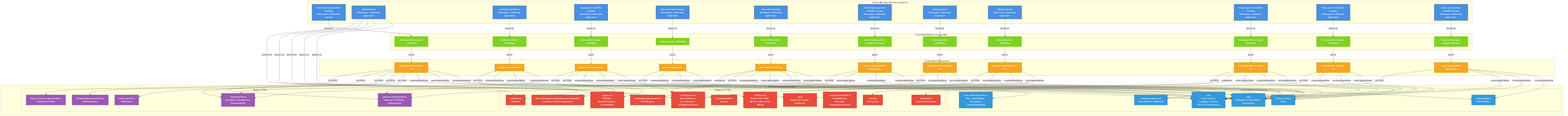
The Mermaid diagram architecture/rhoai-3.0/diagrams/platform-rbac.png in rhuss/architecture-context, before a commit. Its source is kept beside it as architecture/rhoai-3.0/diagrams/platform-rbac.mmd.
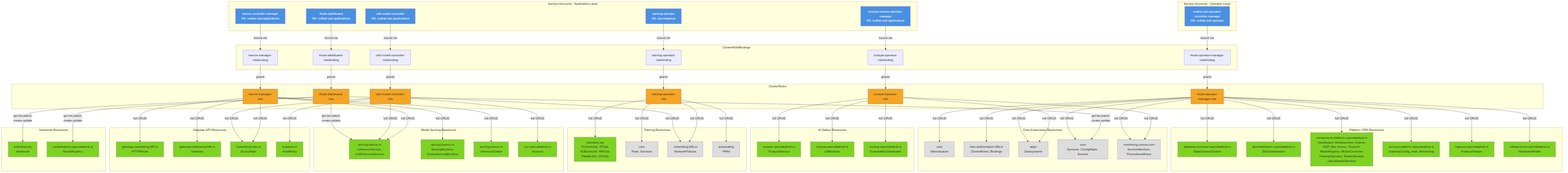
The same diagram one commit later.

What changed in the source:
```diff
@@ -1,182 +1,178 @@
-graph TB
-    subgraph "Service Accounts (Platform Operators)"
-        SA_RHODS[rhods-operator-controller-manager<br/>Namespace: redhat-ods-operator]
-        SA_Dashboard[odh-dashboard<br/>Namespace: redhat-ods-applications]
-        SA_Notebook[notebook-controller-sa<br/>Namespace: redhat-ods-applications]
-        SA_DSP[dsp-operator-controller-manager<br/>Namespace: redhat-ods-applications]
-        SA_KServe[kserve-controller-manager<br/>Namespace: redhat-ods-applications]
-        SA_ModelCtrl[odh-model-controller<br/>Namespace: redhat-ods-applications]
-        SA_ModelReg[model-registry-operator-controller-manager<br/>Namespace: redhat-ods-applications]
-        SA_Training[training-operator<br/>Namespace: redhat-ods-applications]
-        SA_KubeRay[kuberay-operator<br/>Namespace: redhat-ods-applications]
-        SA_TrustyAI[trustyai-operator-controller-manager<br/>Namespace: redhat-ods-applications]
-        SA_Feast[feast-operator-controller-manager<br/>Namespace: redhat-ods-applications]
-        SA_LlamaStack[llama-stack-operator-controller-manager<br/>Namespace: redhat-ods-applications]
+
+graph TD
+    subgraph SA_Operator["Service Accounts - Operator Layer"]
+        SA_RhodsOp["redhat-ods-operator-<br/>controller-manager<br/>NS: redhat-ods-operator"]
     end
 
-    subgraph "ClusterRoleBindings (Cluster-wide)"
-        CRB_RHODS[rhods-operator-manager-rolebinding]
-        CRB_Notebook[notebook-controller-rolebinding]
-        CRB_DSP[dsp-operator-manager-rolebinding]
-        CRB_KServe[kserve-manager-rolebinding]
-        CRB_ModelCtrl[odh-model-controller-rolebinding]
-        CRB_ModelReg[model-registry-operator-manager-rolebinding]
-        CRB_Training[training-operator-rolebinding]
-        CRB_KubeRay[kuberay-operator-rolebinding]
-        CRB_TrustyAI[trustyai-operator-manager-rolebinding]
-        CRB_Feast[feast-operator-manager-rolebinding]
-        CRB_LlamaStack[llama-stack-operator-manager-rolebinding]
+    subgraph SA_App["Service Accounts - Application Layer"]
+        SA_Dashboard["rhods-dashboard<br/>NS: redhat-ods-applications"]
+        SA_ModelCtrl["odh-model-controller<br/>NS: redhat-ods-applications"]
+        SA_KServe["kserve-controller-manager<br/>NS: redhat-ods-applications"]
+        SA_TrustyAI["trustyai-service-operator-<br/>manager<br/>NS: redhat-ods-applications"]
+        SA_Training["training-operator<br/>NS: opendatahub"]
     end
 
-    subgraph "ClusterRoles (Permissions)"
-        CR_RHODS[rhods-operator-manager-role]
-        CR_Notebook[notebook-controller-role]
-        CR_DSP[dsp-operator-manager-role]
-        CR_KServe[kserve-manager-role]
-        CR_ModelCtrl[odh-model-controller-role]
-        CR_ModelReg[model-registry-operator-manager-role]
-        CR_Training[training-operator-manager-role]
-        CR_KubeRay[kuberay-operator-manager-role]
-        CR_TrustyAI[trustyai-operator-manager-role]
-        CR_Feast[feast-operator-manager-role]
-        CR_LlamaStack[llama-stack-operator-manager-role]
+    subgraph CRB["ClusterRoleBindings"]
+        CRB_RhodsOp["rhods-operator-manager-<br/>rolebinding"]
+        CRB_Dashboard["rhods-dashboard-<br/>rolebinding"]
+        CRB_ModelCtrl["odh-model-controller-<br/>rolebinding"]
+        CRB_KServe["kserve-manager-<br/>rolebinding"]
+        CRB_TrustyAI["trustyai-operator-<br/>rolebinding"]
+        CRB_Training["training-operator-<br/>rolebinding"]
     end
 
-    subgraph "API Resources (Cluster-wide)"
-        direction TB
-
-        subgraph "Platform CRDs"
-            API_DSC[datasciencecluster.opendatahub.io<br/>DataScienceCluster]
-            API_DSCInit[dscinitialization.opendatahub.io<br/>DSCInitialization]
-            API_Gateway[gateway.networking.k8s.io<br/>Gateway, HTTPRoute, GatewayClass]
-            API_OAuth[oauth.openshift.io<br/>OAuthClient]
-            API_Envoy[networking.istio.io<br/>EnvoyFilter, VirtualService, DestinationRule]
-        end
-
-        subgraph "Component CRDs"
-            API_Notebook[kubeflow.org<br/>Notebook]
-            API_DSP_CRD[datasciencepipelinesapplications.opendatahub.io<br/>DataSciencePipelinesApplication]
-            API_Argo[argoproj.io<br/>Workflow, WorkflowTemplate, CronWorkflow]
-            API_KServe[serving.kserve.io<br/>InferenceService, ServingRuntime, LLMInferenceService]
-            API_ModelReg[modelregistry.opendatahub.io<br/>ModelRegistry]
-            API_Training[kubeflow.org<br/>PyTorchJob, TFJob, MPIJob, XGBoostJob, JAXJob]
-            API_Ray[ray.io<br/>RayCluster, RayJob, RayService]
-            API_TrustyAI[trustyai.opendatahub.io<br/>TrustyAIService, LMEvalJob, GuardrailsOrchestrator]
-            API_Feast[feast.dev<br/>FeatureStore]
-            API_LlamaStack[llamastack.io<br/>LlamaStackDistribution]
-            API_NIM[nim.opendatahub.io<br/>Account]
-        end
-
-        subgraph "Core Kubernetes Resources"
-            API_Core[core<br/>Pods, Services, ConfigMaps, Secrets, PVCs, ServiceAccounts]
-            API_Apps[apps<br/>Deployments, StatefulSets, DaemonSets]
-            API_RBAC[rbac.authorization.k8s.io<br/>Roles, RoleBindings, ClusterRoles, ClusterRoleBindings]
-            API_Monitoring[monitoring.coreos.com<br/>ServiceMonitor, PodMonitor]
-            API_Route[route.openshift.io<br/>Route]
-            API_NetworkPolicy[networking.k8s.io<br/>NetworkPolicy]
-        end
+    subgraph CR["ClusterRoles"]
+        CR_RhodsOp["rhods-operator-<br/>manager-role"]
+        CR_Dashboard["rhods-dashboard-<br/>role"]
+        CR_ModelCtrl["odh-model-controller-<br/>role"]
+        CR_KServe["kserve-manager-<br/>role"]
+        CR_TrustyAI["trustyai-operator-<br/>role"]
+        CR_Training["training-operator-<br/>role"]
     end
 
-    SA_RHODS -->|bound via| CRB_RHODS
-    CRB_RHODS -->|grants| CR_RHODS
-    CR_RHODS -->|full CRUD| API_DSC
-    CR_RHODS -->|full CRUD| API_DSCInit
-    CR_RHODS -->|full CRUD| API_Gateway
-    CR_RHODS -->|full CRUD| API_OAuth
-    CR_RHODS -->|full CRUD| API_Envoy
-    CR_RHODS -->|create/update/delete| API_Core
-    CR_RHODS -->|create/update/delete| API_Apps
-    CR_RHODS -->|create/update/delete| API_RBAC
+    subgraph Resources_Platform["Platform CRD Resources"]
+        DSC["datasciencecluster.opendatahub.io<br/>DataScienceCluster"]
+        DSCI["dscinitialization.opendatahub.io<br/>DSCInitialization"]
+        CompCRDs["components.platform.opendatahub.io<br/>Dashboard, Workbenches, Kserve,<br/>DSP, Ray, Kueue, TrustyAI,<br/>ModelRegistry, ModelController,<br/>TrainingOperator, FeastOperator,<br/>LlamaStackOperator"]
+        SvcCRDs["services.platform.opendatahub.io<br/>GatewayConfig, Auth, Monitoring"]
+        FeatureTracker["features.opendatahub.io<br/>FeatureTracker"]
+        HWProfile["infrastructure.opendatahub.io<br/>HardwareProfile"]
+    end
 
-    SA_Notebook -->|bound via| CRB_Notebook
-    CRB_Notebook -->|grants| CR_Notebook
-    CR_Notebook -->|full CRUD| API_Notebook
-    CR_Notebook -->|create/update/delete| API_Apps
-    CR_Notebook -->|create/update/delete| API_Core
-    CR_Notebook -->|create/update/delete| API_Envoy
+    subgraph Resources_Serving["Model Serving Resources"]
+        ISVC["serving.kserve.io<br/>InferenceService,<br/>LLMInferenceService"]
+        SRT["serving.kserve.io<br/>ServingRuntime,<br/>ClusterServingRuntime"]
+        InfGraph["serving.kserve.io<br/>InferenceGraph"]
+        NIMAcct["nim.opendatahub.io<br/>Account"]
+    end
 
-    SA_DSP -->|bound via| CRB_DSP
-    CRB_DSP -->|grants| CR_DSP
-    CR_DSP -->|full CRUD| API_DSP_CRD
-    CR_DSP -->|full CRUD| API_Argo
-    CR_DSP -->|create/update/delete| API_Core
-    CR_DSP -->|create/update/delete| API_Apps
-    CR_DSP -->|create/update/delete| API_Route
+    subgraph Resources_Gateway["Gateway API Resources"]
+        HTTPRoute["gateway.networking.k8s.io<br/>HTTPRoute"]
+        GW["gateway.networking.k8s.io<br/>Gateway"]
+        EnvoyFilter["networking.istio.io<br/>EnvoyFilter"]
+        AuthPolicy["kuadrant.io<br/>AuthPolicy"]
+    end
 
+    subgraph Resources_Training["Training Resources"]
+        PyTorchJob["kubeflow.org<br/>PyTorchJob, TFJob,<br/>XGBoostJob, MPIJob,<br/>PaddleJob, JAXJob"]
+        TrainingPods["core<br/>Pods, Services"]
+        TrainingNet["networking.k8s.io<br/>NetworkPolicies"]
+        TrainingHPA["autoscaling<br/>HPAs"]
+    end
+
+    subgraph Resources_Trust["AI Safety Resources"]
+        TrustyAISvc["trustyai.opendatahub.io<br/>TrustyAIService"]
+        LMEvalJob["trustyai.opendatahub.io<br/>LMEvalJob"]
+        GuardrailsOrch["trustyai.opendatahub.io<br/>GuardrailsOrchestrator"]
+    end
+
+    subgraph Resources_Core["Core Kubernetes Resources"]
+        Namespaces["core<br/>Namespaces"]
+        RBAC["rbac.authorization.k8s.io<br/>ClusterRoles, Bindings"]
+        Deployments["apps<br/>Deployments"]
+        Services["core<br/>Services, ConfigMaps, Secrets"]
+        Monitoring["monitoring.coreos.com<br/>ServiceMonitors,<br/>PrometheusRules"]
+    end
+
+    subgraph Resources_Notebook["Notebook Resources"]
+        Notebooks["kubeflow.org<br/>Notebook"]
+        NotebookMR["modelregistry.opendatahub.io<br/>ModelRegistry"]
+    end
+
+    SA_RhodsOp -->|bound via| CRB_RhodsOp
+    SA_Dashboard -->|bound via| CRB_Dashboard
+    SA_ModelCtrl -->|bound via| CRB_ModelCtrl
     SA_KServe -->|bound via| CRB_KServe
+    SA_TrustyAI -->|bound via| CRB_TrustyAI
+    SA_Training -->|bound via| CRB_Training
+
+    CRB_RhodsOp -->|grants| CR_RhodsOp
+    CRB_Dashboard -->|grants| CR_Dashboard
+    CRB_ModelCtrl -->|grants| CR_ModelCtrl
     CRB_KServe -->|grants| CR_KServe
-    CR_KServe -->|full CRUD| API_KServe
-    CR_KServe -->|create/update/delete| API_Core
-    CR_KServe -->|create/update/delete| API_Apps
-    CR_KServe -->|create/update/delete| API_Envoy
+    CRB_TrustyAI -->|grants| CR_TrustyAI
+    CRB_Training -->|grants| CR_Training
 
-    SA_ModelCtrl -->|bound via| CRB_ModelCtrl
-    CRB_ModelCtrl -->|grants| CR_ModelCtrl
-    CR_ModelCtrl -->|watch/patch| API_KServe
-    CR_ModelCtrl -->|full CRUD| API_NIM
-    CR_ModelCtrl -->|create/update/delete| API_Route
-    CR_ModelCtrl -->|create/update/delete| API_Monitoring
-    CR_ModelCtrl -->|create/update/delete| API_NetworkPolicy
-    CR_ModelCtrl -->|create/update/delete| API_Gateway
+    CR_RhodsOp -->|"full CRUD"| DSC
+    CR_RhodsOp -->|"full CRUD"| DSCI
+    CR_RhodsOp -->|"full CRUD"| CompCRDs
+    CR_RhodsOp -->|"full CRUD"| SvcCRDs
+    CR_RhodsOp -->|"full CRUD"| FeatureTracker
+    CR_RhodsOp -->|"full CRUD"| HWProfile
+    CR_RhodsOp -->|"full CRUD"| Namespaces
+    CR_RhodsOp -->|"full CRUD"| RBAC
+    CR_RhodsOp -->|"full CRUD"| Deployments
+    CR_RhodsOp -->|"full CRUD"| Services
+    CR_RhodsOp -->|"full CRUD"| Monitoring
 
-    SA_ModelReg -->|bound via| CRB_ModelReg
-    CRB_ModelReg -->|grants| CR_ModelReg
-    CR_ModelReg -->|full CRUD| API_ModelReg
-    CR_ModelReg -->|create/update/delete| API_Core
-    CR_ModelReg -->|create/update/delete| API_Apps
-    CR_ModelReg -->|create/update/delete| API_Route
+    CR_Dashboard -->|"get,list,watch,<br/>create,update"| Notebooks
+    CR_Dashboard -->|"get,list,watch,<br/>create,update"| ISVC
+    CR_Dashboard -->|"get,list,watch,<br/>create,update"| NotebookMR
+    CR_Dashboard -->|"get,list,watch,<br/>create,update"| Services
 
-    SA_Training -->|bound via| CRB_Training
-    CRB_Training -->|grants| CR_Training
-    CR_Training -->|full CRUD| API_Training
-    CR_Training -->|create/update/delete| API_Core
-    CR_Training -->|create/update/delete| API_Apps
+    CR_ModelCtrl -->|"full CRUD"| ISVC
+    CR_ModelCtrl -->|"full CRUD"| NIMAcct
+    CR_ModelCtrl -->|"full CRUD"| AuthPolicy
+    CR_ModelCtrl -->|"full CRUD"| EnvoyFilter
+    CR_ModelCtrl -->|"full CRUD"| TrainingNet
 
-    SA_KubeRay -->|bound via| CRB_KubeRay
-    CRB_KubeRay -->|grants| CR_KubeRay
-    CR_KubeRay -->|full CRUD| API_Ray
-    CR_KubeRay -->|create/update/delete| API_Core
-    CR_KubeRay -->|create/update/delete| API_Apps
-    CR_KubeRay -->|create/update/delete| API_Gateway
+    CR_KServe -->|"full CRUD"| ISVC
+    CR_KServe -->|"full CRUD"| SRT
+    CR_KServe -->|"full CRUD"| InfGraph
+    CR_KServe -->|"full CRUD"| HTTPRoute
+    CR_KServe -->|"full CRUD"| GW
+    CR_KServe -->|"full CRUD"| EnvoyFilter
 
-    SA_TrustyAI -->|bound via| CRB_TrustyAI
-    CRB_TrustyAI -->|grants| CR_TrustyAI
-    CR_TrustyAI -->|full CRUD| API_TrustyAI
-    CR_TrustyAI -->|watch/patch| API_KServe
-    CR_TrustyAI -->|create/update/delete| API_Core
-    CR_TrustyAI -->|create/update/delete| API_Apps
-    CR_TrustyAI -->|create/update/delete| API_Route
+    CR_TrustyAI -->|"full CRUD"| TrustyAISvc
+    CR_TrustyAI -->|"full CRUD"| LMEvalJob
+    CR_TrustyAI -->|"full CRUD"| GuardrailsOrch
+    CR_TrustyAI -->|"full CRUD"| Deployments
+    CR_TrustyAI -->|"full CRUD"| Monitoring
 
-    SA_Feast -->|bound via| CRB_Feast
-    CRB_Feast -->|grants| CR_Feast
-    CR_Feast -->|full CRUD| API_Feast
-    CR_Feast -->|create/update/delete| API_Core
-    CR_Feast -->|create/update/delete| API_Apps
-    CR_Feast -->|create/update/delete| API_Route
+    CR_Training -->|"full CRUD"| PyTorchJob
+    CR_Training -->|"full CRUD"| TrainingPods
+    CR_Training -->|"full CRUD"| TrainingNet
+    CR_Training -->|"full CRUD"| TrainingHPA
 
-    SA_LlamaStack -->|bound via| CRB_LlamaStack
-    CRB_LlamaStack -->|grants| CR_LlamaStack
-    CR_LlamaStack -->|full CRUD| API_LlamaStack
-    CR_LlamaStack -->|create/update/delete| API_Core
-    CR_LlamaStack -->|create/update/delete| API_Apps
-    CR_LlamaStack -->|create/update/delete| API_NetworkPolicy
+    style SA_RhodsOp fill:#4a90e2,color:#fff
+    style SA_Dashboard fill:#4a90e2,color:#fff
+    style SA_ModelCtrl fill:#4a90e2,color:#fff
+    style SA_KServe fill:#4a90e2,color:#fff
+    style SA_TrustyAI fill:#4a90e2,color:#fff
+    style SA_Training fill:#4a90e2,color:#fff
 
-    SA_Dashboard -->|queries via| API_Core
-    SA_Dashboard -->|queries via| API_Notebook
-    SA_Dashboard -->|queries via| API_KServe
-    SA_Dashboard -->|queries via| API_DSP_CRD
-    SA_Dashboard -->|queries via| API_ModelReg
+    style CR_RhodsOp fill:#f5a623
+    style CR_Dashboard fill:#f5a623
+    style CR_ModelCtrl fill:#f5a623
+    style CR_KServe fill:#f5a623
+    style CR_TrustyAI fill:#f5a623
+    style CR_Training fill:#f5a623
 
-    classDef serviceAccount fill:#4a90e2,stroke:#2e5c8a,stroke-width:2px,color:#fff
-    classDef clusterRoleBinding fill:#7ed321,stroke:#6bb91c,stroke-width:2px,color:#fff
-    classDef clusterRole fill:#f5a623,stroke:#d68910,stroke-width:2px,color:#fff
-    classDef apiPlatform fill:#9b59b6,stroke:#8e44ad,stroke-width:2px,color:#fff
-    classDef apiComponent fill:#e74c3c,stroke:#c0392b,stroke-width:2px,color:#fff
-    classDef apiCore fill:#3498db,stroke:#2980b9,stroke-width:2px,color:#fff
-
-    class SA_RHODS,SA_Dashboard,SA_Notebook,SA_DSP,SA_KServe,SA_ModelCtrl,SA_ModelReg,SA_Training,SA_KubeRay,SA_TrustyAI,SA_Feast,SA_LlamaStack serviceAccount
-    class CRB_RHODS,CRB_Notebook,CRB_DSP,CRB_KServe,CRB_ModelCtrl,CRB_ModelReg,CRB_Training,CRB_KubeRay,CRB_TrustyAI,CRB_Feast,CRB_LlamaStack clusterRoleBinding
-    class CR_RHODS,CR_Notebook,CR_DSP,CR_KServe,CR_ModelCtrl,CR_ModelReg,CR_Training,CR_KubeRay,CR_TrustyAI,CR_Feast,CR_LlamaStack clusterRole
-    class API_DSC,API_DSCInit,API_Gateway,API_OAuth,API_Envoy apiPlatform
-    class API_Notebook,API_DSP_CRD,API_Argo,API_KServe,API_ModelReg,API_Training,API_Ray,API_TrustyAI,API_Feast,API_LlamaStack,API_NIM apiComponent
-    class API_Core,API_Apps,API_RBAC,API_Monitoring,API_Route,API_NetworkPolicy apiCore
+    style DSC fill:#7ed321
+    style DSCI fill:#7ed321
+    style CompCRDs fill:#7ed321
+    style SvcCRDs fill:#7ed321
+    style FeatureTracker fill:#7ed321
+    style HWProfile fill:#7ed321
+    style ISVC fill:#7ed321
+    style SRT fill:#7ed321
+    style InfGraph fill:#7ed321
+    style NIMAcct fill:#7ed321
+    style HTTPRoute fill:#7ed321
+    style GW fill:#7ed321
+    style EnvoyFilter fill:#7ed321
+    style AuthPolicy fill:#7ed321
+    style PyTorchJob fill:#7ed321
+    style TrustyAISvc fill:#7ed321
+    style LMEvalJob fill:#7ed321
+    style GuardrailsOrch fill:#7ed321
+    style Notebooks fill:#7ed321
+    style NotebookMR fill:#7ed321
+    style Namespaces fill:#ddd
+    style RBAC fill:#ddd
+    style Deployments fill:#ddd
+    style Services fill:#ddd
+    style Monitoring fill:#ddd
+    style TrainingPods fill:#ddd
+    style TrainingNet fill:#ddd
+    style TrainingHPA fill:#ddd
```
